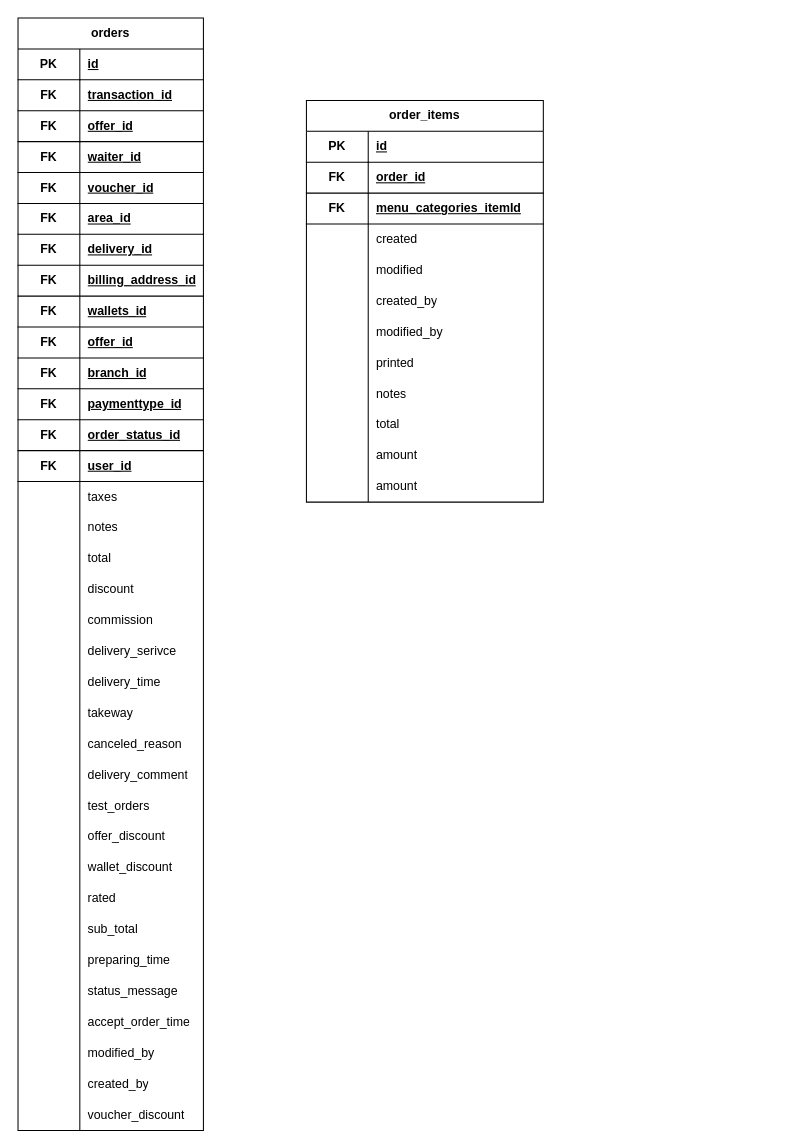
This is ERD.drawio from Ahmed-Shawareb-Full-Stack/printf, a draw.io file, before an edit. Source tidied: cells renumbered, new cells numbered last; positions are measured from the earlier drawing's top-left corner, leaving out a move shared by most shapes. Both pictures are drawn from the tidied source at 103%, with x=0, y=0 at pixel (18, 18).
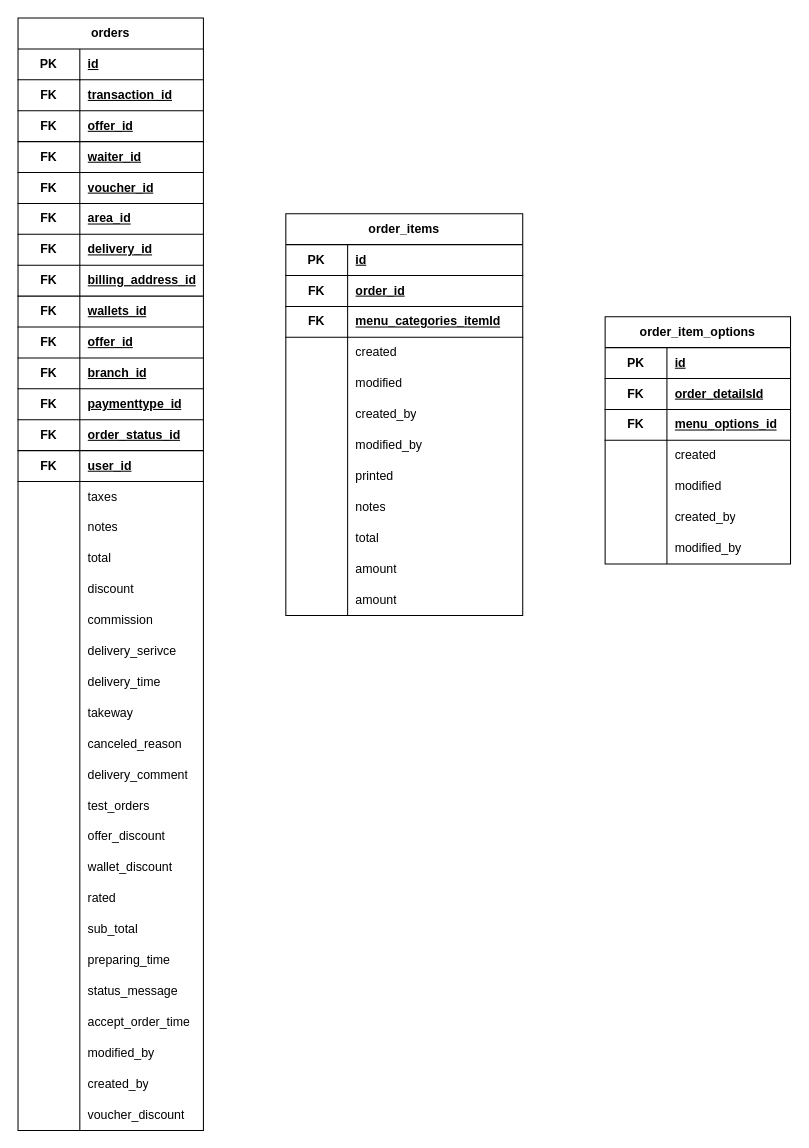
The same diagram, later.

What changed in the source:
```diff
@@
     <mxCell id="108" value="order_items" style="shape=table;startSize=30;childLayout=tableLayout;rowLines=0;fontStyle=1;align=center;html=1;whiteSpace=wrap;" parent="1" vertex="1">
-      <mxGeometry x="280" y="80" width="230" height="390" as="geometry" />
+      <mxGeometry x="260" y="190" width="230" height="390" as="geometry" />
     </mxCell>
@@
+    <mxCell id="145" value="order_item_options" style="shape=table;startSize=30;childLayout=tableLayout;rowLines=0;fontStyle=1;align=center;html=1;whiteSpace=wrap;" parent="1" vertex="1">
+      <mxGeometry x="570" y="290" width="180" height="240" as="geometry" />
+    </mxCell>
+    <mxCell id="146" style="shape=tableRow;horizontal=0;startSize=0;swimlaneHead=0;swimlaneBody=0;fillColor=none;top=0;left=0;right=0;bottom=0;html=1;" parent="145" vertex="1">
+      <mxGeometry y="30" width="180" height="30" as="geometry" />
+    </mxCell>
+    <mxCell id="147" value="PK" style="shape=partialRectangle;fillColor=none;top=0;left=0;bottom=1;right=0;fontStyle=1;overflow=hidden;html=1;whiteSpace=wrap;" parent="146" vertex="1">
+      <mxGeometry width="60" height="30" as="geometry" />
+    </mxCell>
+    <mxCell id="148" value="id" style="shape=partialRectangle;fillColor=none;top=0;left=0;bottom=1;right=0;align=left;spacingLeft=6;fontStyle=5;overflow=hidden;html=1;whiteSpace=wrap;" parent="146" vertex="1">
+      <mxGeometry x="60" width="120" height="30" as="geometry" />
+    </mxCell>
+    <mxCell id="149" style="shape=tableRow;horizontal=0;startSize=0;swimlaneHead=0;swimlaneBody=0;fillColor=none;top=0;left=0;right=0;bottom=1;html=1;" parent="145" vertex="1">
+      <mxGeometry y="60" width="180" height="30" as="geometry" />
+    </mxCell>
+    <mxCell id="150" value="FK" style="shape=partialRectangle;fillColor=none;top=0;left=0;bottom=0;right=0;fontStyle=1;overflow=hidden;html=1;whiteSpace=wrap;" parent="149" vertex="1">
+      <mxGeometry width="60" height="30" as="geometry" />
+    </mxCell>
+    <mxCell id="151" value="order_detailsId" style="shape=partialRectangle;fillColor=none;top=0;left=0;bottom=0;right=0;align=left;spacingLeft=6;fontStyle=5;overflow=hidden;html=1;whiteSpace=wrap;" parent="149" vertex="1">
+      <mxGeometry x="60" width="120" height="30" as="geometry" />
+    </mxCell>
+    <mxCell id="152" style="shape=tableRow;horizontal=0;startSize=0;swimlaneHead=0;swimlaneBody=0;fillColor=none;top=0;left=0;right=0;bottom=1;html=1;" parent="145" vertex="1">
+      <mxGeometry y="90" width="180" height="30" as="geometry" />
+    </mxCell>
+    <mxCell id="153" value="FK" style="shape=partialRectangle;fillColor=none;top=0;left=0;bottom=0;right=0;fontStyle=1;overflow=hidden;html=1;whiteSpace=wrap;" parent="152" vertex="1">
+      <mxGeometry width="60" height="30" as="geometry" />
+    </mxCell>
+    <mxCell id="154" value="menu_options_id" style="shape=partialRectangle;fillColor=none;top=0;left=0;bottom=0;right=0;align=left;spacingLeft=6;fontStyle=5;overflow=hidden;html=1;whiteSpace=wrap;" parent="152" vertex="1">
+      <mxGeometry x="60" width="120" height="30" as="geometry" />
+    </mxCell>
+    <mxCell id="155" style="shape=tableRow;horizontal=0;startSize=0;swimlaneHead=0;swimlaneBody=0;fillColor=none;top=0;left=0;right=0;bottom=0;html=1;" parent="145" vertex="1">
+      <mxGeometry y="120" width="180" height="30" as="geometry" />
+    </mxCell>
+    <mxCell id="156" style="shape=partialRectangle;fillColor=none;top=0;left=0;bottom=0;right=0;overflow=hidden;html=1;whiteSpace=wrap;" parent="155" vertex="1">
+      <mxGeometry width="60" height="30" as="geometry" />
+    </mxCell>
+    <mxCell id="157" value="created" style="shape=partialRectangle;fillColor=none;top=0;left=0;bottom=0;right=0;align=left;spacingLeft=6;overflow=hidden;html=1;whiteSpace=wrap;" parent="155" vertex="1">
+      <mxGeometry x="60" width="120" height="30" as="geometry" />
+    </mxCell>
+    <mxCell id="158" style="shape=tableRow;horizontal=0;startSize=0;swimlaneHead=0;swimlaneBody=0;fillColor=none;top=0;left=0;right=0;bottom=0;html=1;" parent="145" vertex="1">
+      <mxGeometry y="150" width="180" height="30" as="geometry" />
+    </mxCell>
+    <mxCell id="159" style="shape=partialRectangle;fillColor=none;top=0;left=0;bottom=0;right=0;overflow=hidden;html=1;whiteSpace=wrap;" parent="158" vertex="1">
+      <mxGeometry width="60" height="30" as="geometry" />
+    </mxCell>
+    <mxCell id="160" value="modified" style="shape=partialRectangle;fillColor=none;top=0;left=0;bottom=0;right=0;align=left;spacingLeft=6;overflow=hidden;html=1;whiteSpace=wrap;" parent="158" vertex="1">
+      <mxGeometry x="60" width="120" height="30" as="geometry" />
+    </mxCell>
+    <mxCell id="161" style="shape=tableRow;horizontal=0;startSize=0;swimlaneHead=0;swimlaneBody=0;fillColor=none;top=0;left=0;right=0;bottom=0;html=1;" parent="145" vertex="1">
+      <mxGeometry y="180" width="180" height="30" as="geometry" />
+    </mxCell>
+    <mxCell id="162" style="shape=partialRectangle;fillColor=none;top=0;left=0;bottom=0;right=0;overflow=hidden;html=1;whiteSpace=wrap;" parent="161" vertex="1">
+      <mxGeometry width="60" height="30" as="geometry" />
+    </mxCell>
+    <mxCell id="163" value="created_by" style="shape=partialRectangle;fillColor=none;top=0;left=0;bottom=0;right=0;align=left;spacingLeft=6;overflow=hidden;html=1;whiteSpace=wrap;" parent="161" vertex="1">
+      <mxGeometry x="60" width="120" height="30" as="geometry" />
+    </mxCell>
+    <mxCell id="164" style="shape=tableRow;horizontal=0;startSize=0;swimlaneHead=0;swimlaneBody=0;fillColor=none;top=0;left=0;right=0;bottom=0;html=1;" parent="145" vertex="1">
+      <mxGeometry y="210" width="180" height="30" as="geometry" />
+    </mxCell>
+    <mxCell id="165" style="shape=partialRectangle;fillColor=none;top=0;left=0;bottom=0;right=0;overflow=hidden;html=1;whiteSpace=wrap;" parent="164" vertex="1">
+      <mxGeometry width="60" height="30" as="geometry" />
+    </mxCell>
+    <mxCell id="166" value="modified_by" style="shape=partialRectangle;fillColor=none;top=0;left=0;bottom=0;right=0;align=left;spacingLeft=6;overflow=hidden;html=1;whiteSpace=wrap;" parent="164" vertex="1">
+      <mxGeometry x="60" width="120" height="30" as="geometry" />
+    </mxCell>
```
